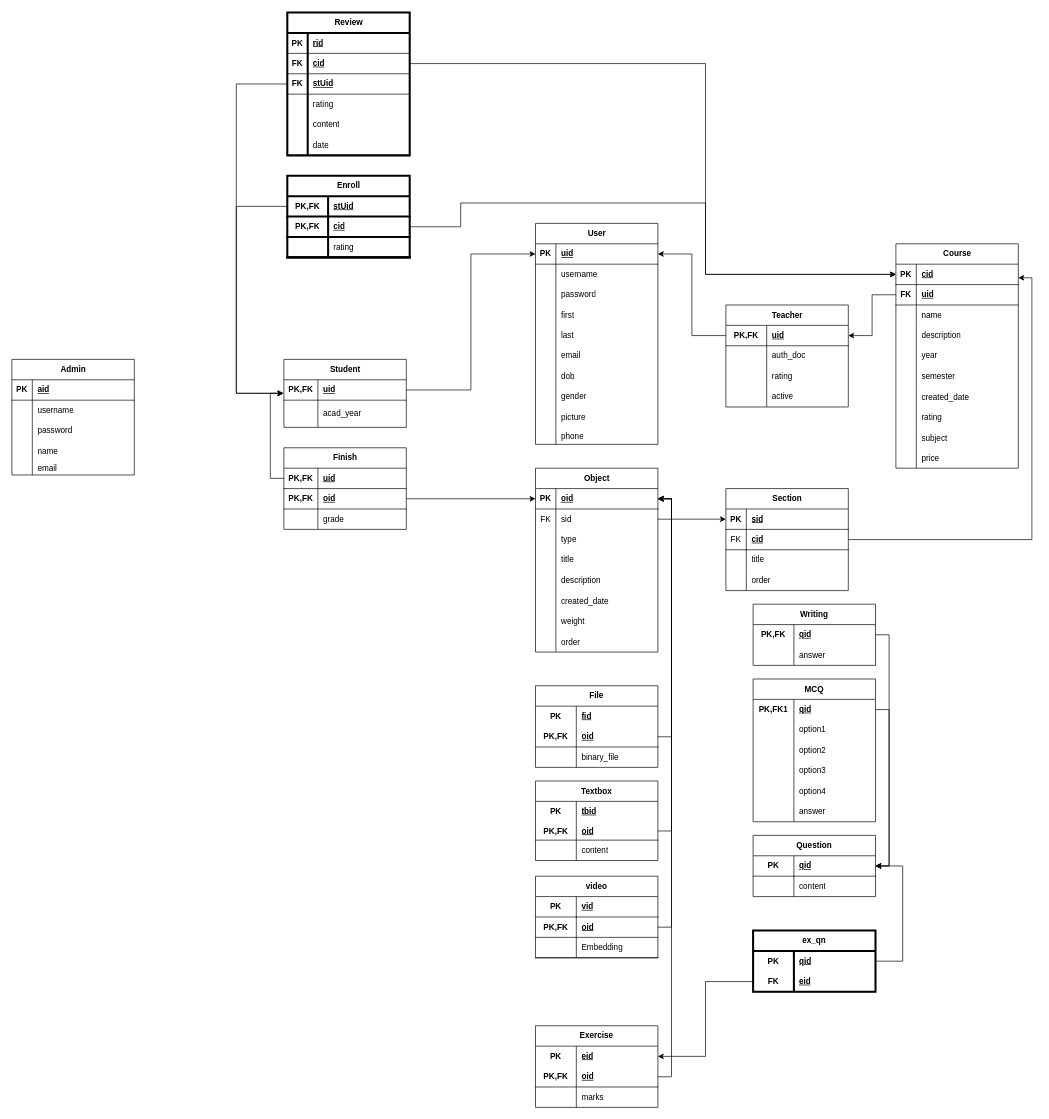
Above: page "Schema" (2 of 2) of Design/Database Diagrams.drawio in ahmedamrelhefnawy/Neon-Academy (draw.io), before the change. Source tidied: cells renumbered, new cells numbered last; positions are measured from the earlier drawing's top-left corner, leaving out a move shared by most shapes. Both pictures are drawn from the tidied source at 68%, with x=0, y=0 at pixel (12, 12).
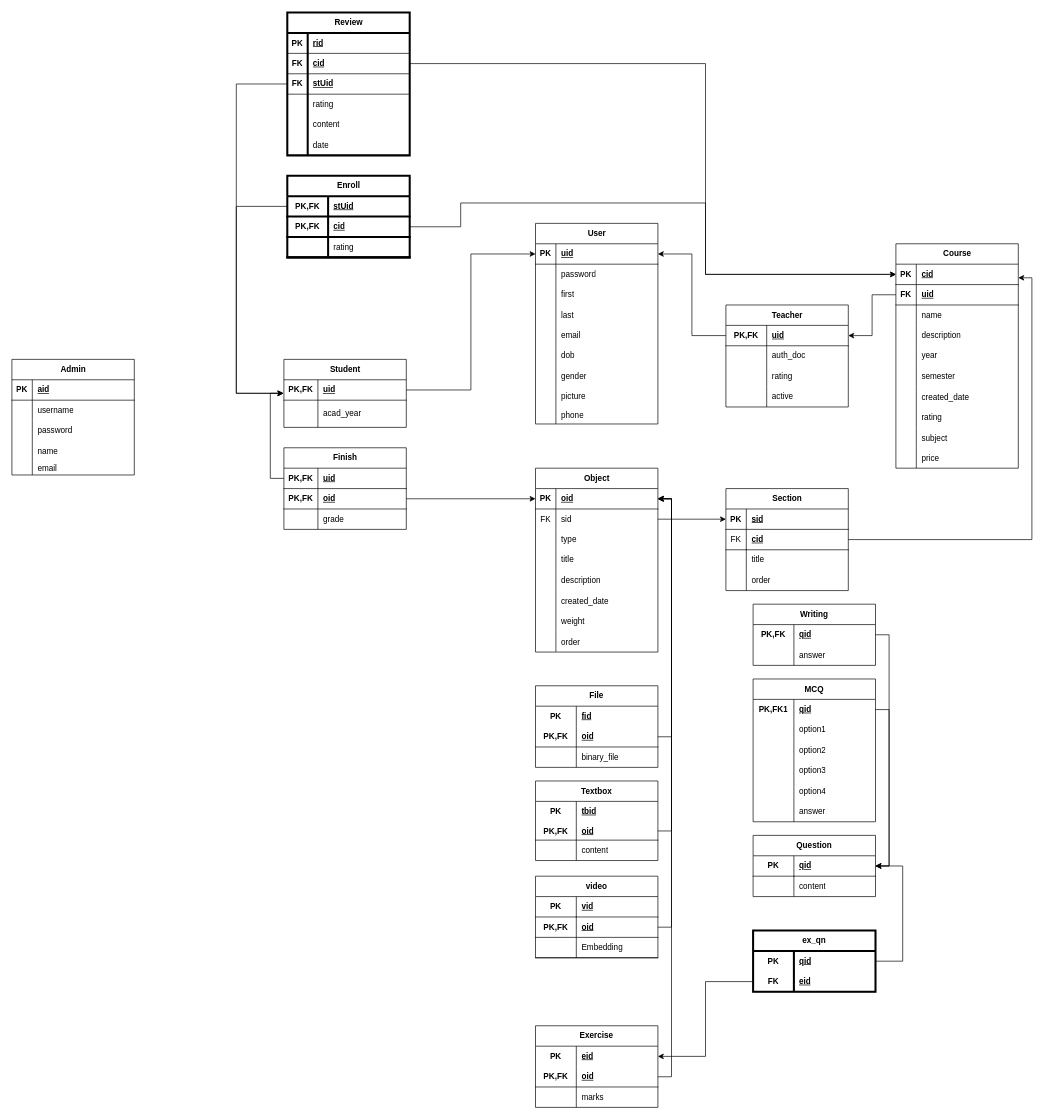
Above is the later version.

Commit message (it also covers changes not shown here):
edit: Removed username attribute

Diff of the diagram source:
```diff
@@
     <mxCell id="185" value="User" style="shape=table;startSize=30;childLayout=tableLayout;rowLines=0;fontStyle=1;align=center;html=1;" parent="1" vertex="1">
-      <mxGeometry x="770" y="310" width="180" height="325" as="geometry" />
+      <mxGeometry x="770" y="310" width="180" height="295" as="geometry" />
     </mxCell>
@@
-    <mxCell id="189" style="shape=tableRow;horizontal=0;startSize=0;swimlaneHead=0;swimlaneBody=0;fillColor=none;top=0;left=0;right=0;bottom=0;" parent="185" vertex="1">
-      <mxGeometry y="60" width="180" height="30" as="geometry" />
-    </mxCell>
-    <mxCell id="190" style="shape=partialRectangle;fillColor=none;top=0;left=0;bottom=0;right=0;overflow=hidden;whiteSpace=wrap;html=1;" parent="189" vertex="1">
-      <mxGeometry width="30" height="30" as="geometry" />
-    </mxCell>
-    <mxCell id="191" value="username" style="shape=partialRectangle;fillColor=none;top=0;left=0;bottom=0;right=0;align=left;spacingLeft=6;overflow=hidden;whiteSpace=wrap;html=1;" parent="189" vertex="1">
-      <mxGeometry x="30" width="150" height="30" as="geometry" />
-    </mxCell>
     <mxCell id="192" style="shape=tableRow;horizontal=0;startSize=0;swimlaneHead=0;swimlaneBody=0;fillColor=none;top=0;left=0;right=0;bottom=0;" parent="185" vertex="1">
-      <mxGeometry y="90" width="180" height="30" as="geometry" />
+      <mxGeometry y="60" width="180" height="30" as="geometry" />
     </mxCell>
@@
     <mxCell id="195" style="shape=tableRow;horizontal=0;startSize=0;swimlaneHead=0;swimlaneBody=0;fillColor=none;top=0;left=0;right=0;bottom=0;" parent="185" vertex="1">
-      <mxGeometry y="120" width="180" height="30" as="geometry" />
+      <mxGeometry y="90" width="180" height="30" as="geometry" />
     </mxCell>
@@
     <mxCell id="198" style="shape=tableRow;horizontal=0;startSize=0;swimlaneHead=0;swimlaneBody=0;fillColor=none;top=0;left=0;right=0;bottom=0;" parent="185" vertex="1">
-      <mxGeometry y="150" width="180" height="30" as="geometry" />
+      <mxGeometry y="120" width="180" height="30" as="geometry" />
     </mxCell>
@@
     <mxCell id="201" style="shape=tableRow;horizontal=0;startSize=0;swimlaneHead=0;swimlaneBody=0;fillColor=none;top=0;left=0;right=0;bottom=0;" parent="185" vertex="1">
-      <mxGeometry y="180" width="180" height="30" as="geometry" />
+      <mxGeometry y="150" width="180" height="30" as="geometry" />
     </mxCell>
@@
     <mxCell id="204" style="shape=tableRow;horizontal=0;startSize=0;swimlaneHead=0;swimlaneBody=0;fillColor=none;top=0;left=0;right=0;bottom=0;" parent="185" vertex="1">
-      <mxGeometry y="210" width="180" height="30" as="geometry" />
+      <mxGeometry y="180" width="180" height="30" as="geometry" />
     </mxCell>
@@
     <mxCell id="207" style="shape=tableRow;horizontal=0;startSize=0;swimlaneHead=0;swimlaneBody=0;fillColor=none;top=0;left=0;right=0;bottom=0;" parent="185" vertex="1">
-      <mxGeometry y="240" width="180" height="30" as="geometry" />
+      <mxGeometry y="210" width="180" height="30" as="geometry" />
     </mxCell>
@@
     <mxCell id="210" style="shape=tableRow;horizontal=0;startSize=0;swimlaneHead=0;swimlaneBody=0;fillColor=none;top=0;left=0;right=0;bottom=0;" parent="185" vertex="1">
-      <mxGeometry y="270" width="180" height="30" as="geometry" />
+      <mxGeometry y="240" width="180" height="30" as="geometry" />
     </mxCell>
@@
     <mxCell id="213" style="shape=tableRow;horizontal=0;startSize=0;swimlaneHead=0;swimlaneBody=0;fillColor=none;top=0;left=0;right=0;bottom=0;" parent="185" vertex="1">
-      <mxGeometry y="300" width="180" height="25" as="geometry" />
+      <mxGeometry y="270" width="180" height="25" as="geometry" />
     </mxCell>
```
